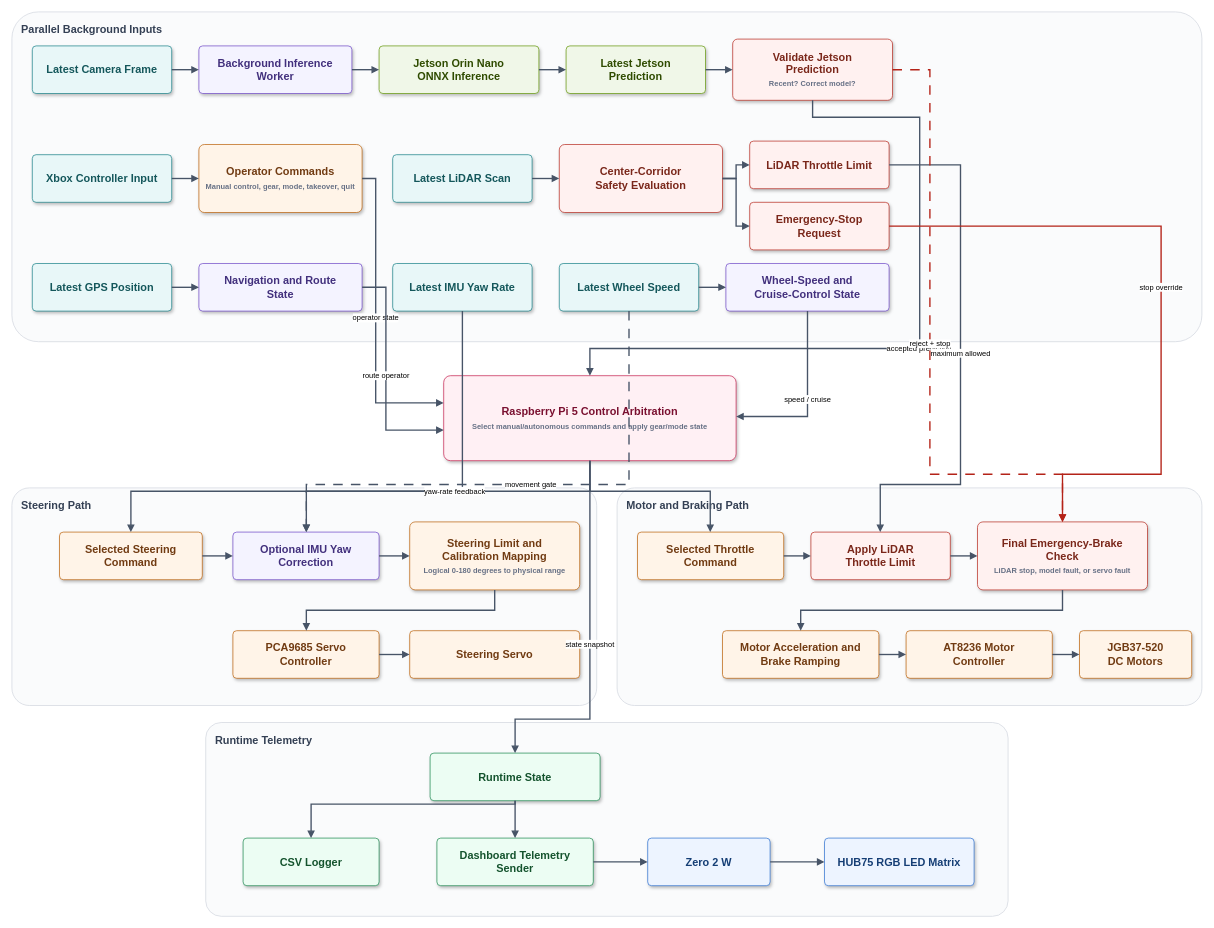
Earlier version of the draw.io diagram site/assets/diagrams/runtime-control.drawio (RamCodesBetter/SidewalkPilot). Source tidied: cells renumbered, new cells numbered last; positions are measured from the earlier drawing's top-left corner, leaving out a move shared by most shapes. Both pictures are drawn from the tidied source at 68%, with x=0, y=0 at pixel (12, 12).
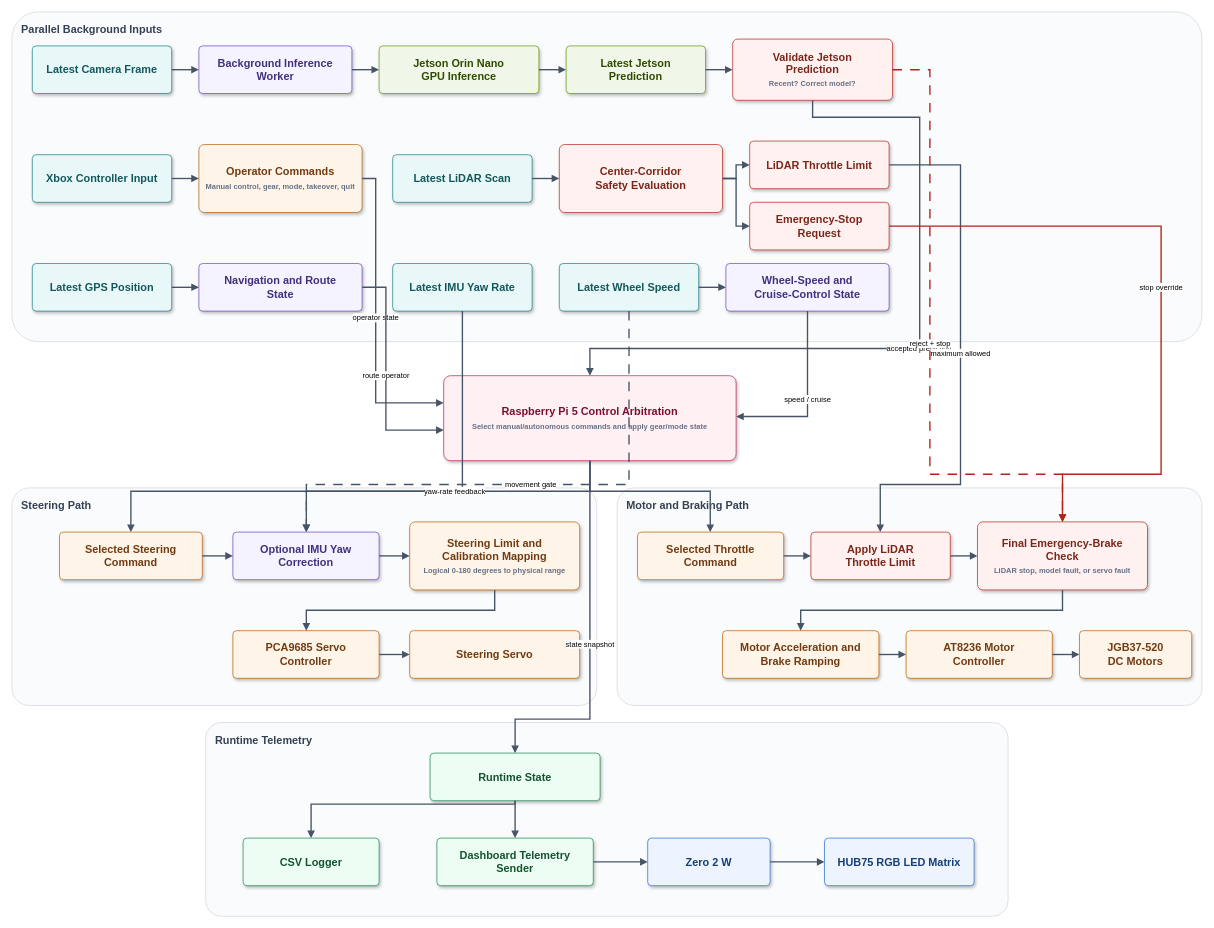
Above is the later version.

Diff of the diagram source:
```diff
@@
-    <mxCell id="8" value="Jetson Orin Nano&lt;br&gt;ONNX Inference" style="rounded=1;whiteSpace=wrap;html=1;arcSize=8;shadow=1;fillColor=#F0F7E8;strokeColor=#5F9400;fontColor=#2F4B00;fontFamily=Arial;fontSize=16;fontStyle=1;verticalAlign=middle;spacing=8;" parent="1" vertex="1">
+    <mxCell id="8" value="Jetson Orin Nano&lt;br&gt;GPU Inference" style="rounded=1;whiteSpace=wrap;html=1;arcSize=8;shadow=1;fillColor=#F0F7E8;strokeColor=#5F9400;fontColor=#2F4B00;fontFamily=Arial;fontSize=16;fontStyle=1;verticalAlign=middle;spacing=8;" parent="1" vertex="1">
       <mxGeometry x="540" y="50" width="235" height="70" as="geometry" />
     </mxCell>
```
